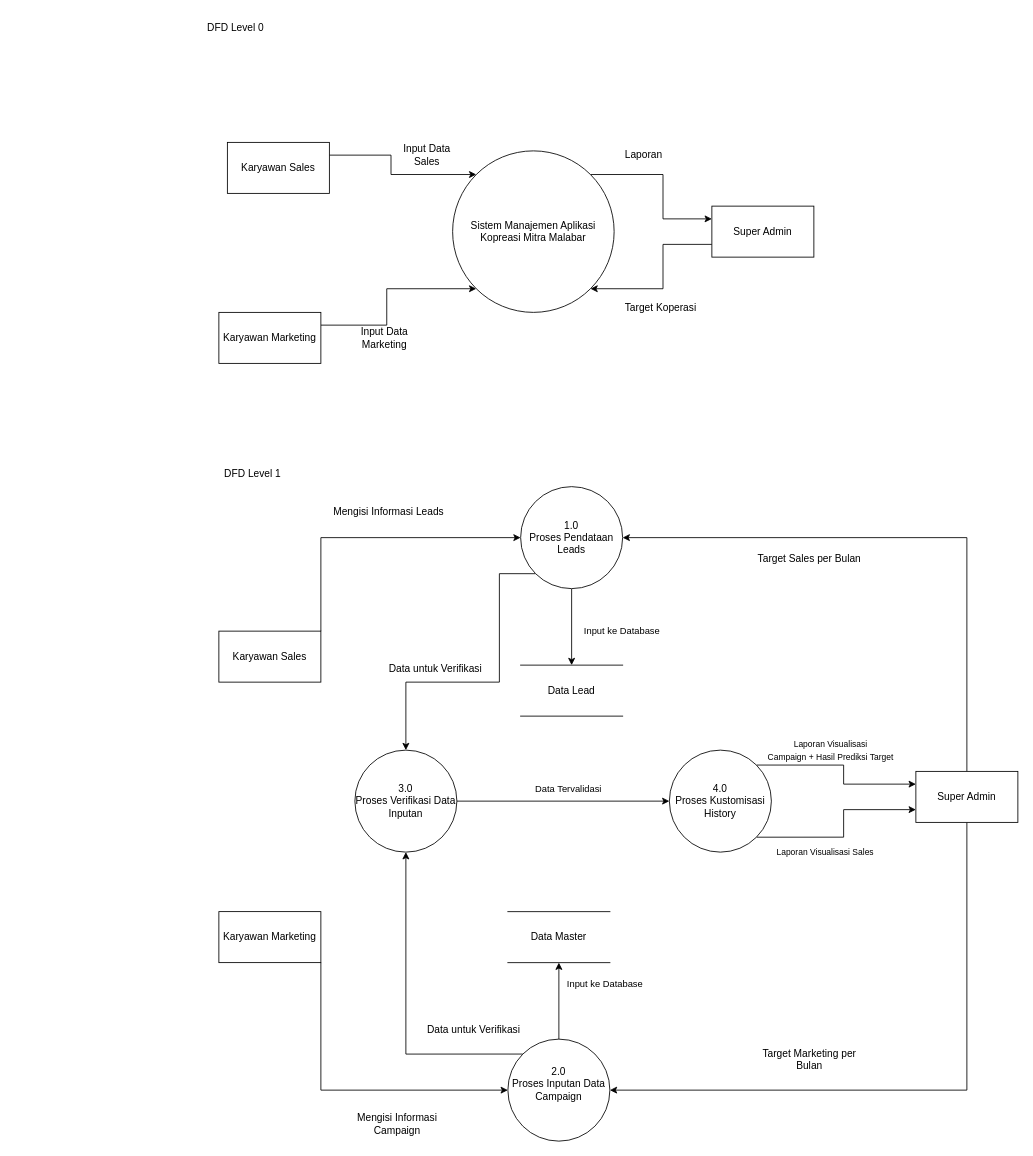
Before: DFD_Koperasi Mitra Malabar.drawio.xml in NararyaPutra/Dokumentasi_Project-Koperasi-Mitra-Malabar, a draw.io diagram. Source tidied: cells renumbered, new cells numbered last; positions are measured from the earlier drawing's top-left corner, leaving out a move shared by most shapes. Both pictures are drawn from the tidied source at 85%, with x=0, y=0 at pixel (193, 14).
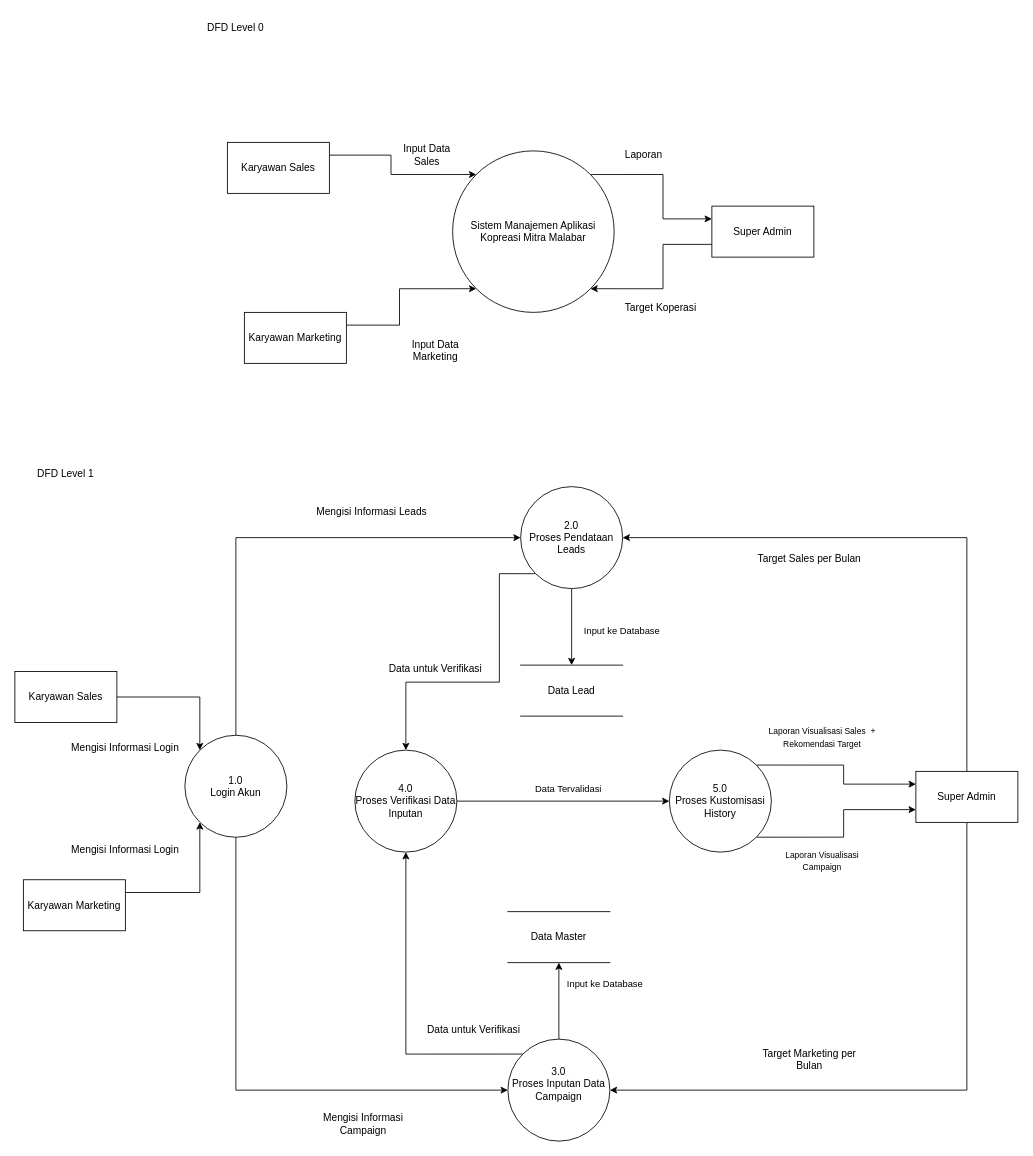
After the change.

Commit message:
penambahan login di dfd 1

Diff of the diagram source:
```diff
@@
     <mxCell id="7" value="Karyawan Marketing" style="rounded=0;whiteSpace=wrap;html=1;" parent="1" vertex="1">
-      <mxGeometry x="30" y="350" width="120" height="60" as="geometry" />
+      <mxGeometry x="60" y="350" width="120" height="60" as="geometry" />
     </mxCell>
@@
-    <mxCell id="9" style="edgeStyle=orthogonalEdgeStyle;rounded=0;jettySize=auto;html=1;exitX=1;exitY=0;exitDx=0;exitDy=0;entryX=0;entryY=0.5;entryDx=0;entryDy=0;" parent="1" edge="1" source="10" target="18">
-      <mxGeometry relative="1" as="geometry" />
-    </mxCell>
+    <mxCell id="47" style="edgeStyle=orthogonalEdgeStyle;rounded=0;jettySize=auto;html=1;exitX=1;exitY=0.5;exitDx=0;exitDy=0;entryX=0;entryY=0;entryDx=0;entryDy=0;" parent="1" edge="1" source="10" target="51">
+      <mxGeometry relative="1" as="geometry" />
+    </mxCell>
     <mxCell id="10" value="Karyawan Sales" style="rounded=0;whiteSpace=wrap;html=1;" parent="1" vertex="1">
-      <mxGeometry x="30" y="725" width="120" height="60" as="geometry" />
+      <mxGeometry x="-210" y="772.5" width="120" height="60" as="geometry" />
     </mxCell>
@@
-    <mxCell id="14" style="edgeStyle=orthogonalEdgeStyle;rounded=0;jettySize=auto;html=1;exitX=1;exitY=1;exitDx=0;exitDy=0;entryX=0;entryY=0.5;entryDx=0;entryDy=0;" parent="1" edge="1" source="15" target="21">
-      <mxGeometry relative="1" as="geometry" />
-    </mxCell>
+    <mxCell id="48" style="edgeStyle=orthogonalEdgeStyle;rounded=0;jettySize=auto;html=1;exitX=1;exitY=0.25;exitDx=0;exitDy=0;entryX=0;entryY=1;entryDx=0;entryDy=0;" parent="1" edge="1" source="15" target="51">
+      <mxGeometry relative="1" as="geometry" />
+    </mxCell>
     <mxCell id="15" value="Karyawan Marketing" style="rounded=0;whiteSpace=wrap;html=1;" parent="1" vertex="1">
-      <mxGeometry x="30" y="1055" width="120" height="60" as="geometry" />
+      <mxGeometry x="-200" y="1017.5" width="120" height="60" as="geometry" />
     </mxCell>
@@
-    <mxCell id="18" value="1.0&lt;div&gt;Proses Pendataan&lt;/div&gt;&lt;div&gt;Leads&lt;/div&gt;" style="ellipse;whiteSpace=wrap;html=1;" parent="1" vertex="1">
+    <mxCell id="18" value="2.0&lt;div&gt;Proses Pendataan&lt;/div&gt;&lt;div&gt;Leads&lt;/div&gt;" style="ellipse;whiteSpace=wrap;html=1;" parent="1" vertex="1">
       <mxGeometry x="385" y="555" width="120" height="120" as="geometry" />
     </mxCell>
@@
-    <mxCell id="21" value="2.0&lt;div&gt;Proses Inputan Data Campaign&lt;/div&gt;&lt;div&gt;&lt;br&gt;&lt;/div&gt;" style="ellipse;whiteSpace=wrap;html=1;" parent="1" vertex="1">
+    <mxCell id="21" value="3.0&lt;div&gt;Proses Inputan Data Campaign&lt;/div&gt;&lt;div&gt;&lt;br&gt;&lt;/div&gt;" style="ellipse;whiteSpace=wrap;html=1;" parent="1" vertex="1">
       <mxGeometry x="370" y="1205" width="120" height="120" as="geometry" />
     </mxCell>
     <mxCell id="22" value="DFD Level 1" style="text;html=1;whiteSpace=wrap;strokeColor=none;fillColor=none;align=center;verticalAlign=middle;rounded=0;" parent="1" vertex="1">
-      <mxGeometry x="20" y="525" width="100" height="30" as="geometry" />
+      <mxGeometry x="-200" y="525" width="100" height="30" as="geometry" />
     </mxCell>
-    <mxCell id="23" value="&lt;font style=&quot;font-size: 10px;&quot;&gt;Laporan Visualisasi&amp;nbsp;&lt;/font&gt;&lt;span style=&quot;font-size: 10px; background-color: transparent; color: light-dark(rgb(0, 0, 0), rgb(255, 255, 255));&quot;&gt;Sales&amp;nbsp;&lt;/span&gt;" style="text;html=1;whiteSpace=wrap;strokeColor=none;fillColor=none;align=center;verticalAlign=middle;rounded=0;" parent="1" vertex="1">
-      <mxGeometry x="680" y="970" width="130" height="30" as="geometry" />
+    <mxCell id="23" value="&lt;font style=&quot;font-size: 10px;&quot;&gt;Laporan Visualisasi&amp;nbsp;&lt;/font&gt;&lt;span style=&quot;font-size: 10px; background-color: transparent; color: light-dark(rgb(0, 0, 0), rgb(255, 255, 255));&quot;&gt;Sales&amp;nbsp; + Rekomendasi Target&lt;/span&gt;" style="text;html=1;whiteSpace=wrap;strokeColor=none;fillColor=none;align=center;verticalAlign=middle;rounded=0;" parent="1" vertex="1">
+      <mxGeometry x="675" y="835" width="130" height="30" as="geometry" />
     </mxCell>
-    <mxCell id="24" value="&lt;font style=&quot;font-size: 10px;&quot;&gt;Laporan Visualisasi&lt;/font&gt;&lt;div&gt;&lt;font style=&quot;font-size: 10px;&quot;&gt;Campaign + Hasil Prediksi Target&lt;/font&gt;&lt;/div&gt;" style="text;html=1;whiteSpace=wrap;strokeColor=none;fillColor=none;align=center;verticalAlign=middle;rounded=0;" parent="1" vertex="1">
-      <mxGeometry x="660" y="850" width="180" height="30" as="geometry" />
+    <mxCell id="24" value="&lt;font style=&quot;font-size: 10px;&quot;&gt;Laporan Visualisasi&lt;/font&gt;&lt;div&gt;&lt;font style=&quot;font-size: 10px;&quot;&gt;Campaign&lt;/font&gt;&lt;/div&gt;" style="text;html=1;whiteSpace=wrap;strokeColor=none;fillColor=none;align=center;verticalAlign=middle;rounded=0;" parent="1" vertex="1">
+      <mxGeometry x="650" y="980" width="180" height="30" as="geometry" />
     </mxCell>
@@
     <mxCell id="27" value="Mengisi Informasi Leads" style="text;html=1;whiteSpace=wrap;strokeColor=none;fillColor=none;align=center;verticalAlign=middle;rounded=0;" parent="1" vertex="1">
-      <mxGeometry x="160" y="570" width="140" height="30" as="geometry" />
+      <mxGeometry x="140" y="570" width="140" height="30" as="geometry" />
     </mxCell>
     <mxCell id="28" value="Mengisi Informasi Campaign" style="text;html=1;whiteSpace=wrap;strokeColor=none;fillColor=none;align=center;verticalAlign=middle;rounded=0;" parent="1" vertex="1">
-      <mxGeometry x="170" y="1290" width="140" height="30" as="geometry" />
+      <mxGeometry x="130" y="1290" width="140" height="30" as="geometry" />
     </mxCell>
@@
     <mxCell id="34" value="Input Data Marketing" style="text;html=1;whiteSpace=wrap;strokeColor=none;fillColor=none;align=center;verticalAlign=middle;rounded=0;" parent="1" vertex="1">
-      <mxGeometry x="180" y="365" width="90" height="30" as="geometry" />
+      <mxGeometry x="240" y="380" width="90" height="30" as="geometry" />
     </mxCell>
@@
-    <mxCell id="38" value="4.0&lt;div&gt;Proses Kustomisasi History&lt;/div&gt;" style="ellipse;whiteSpace=wrap;html=1;" parent="1" vertex="1">
+    <mxCell id="38" value="5.0&lt;div&gt;Proses Kustomisasi History&lt;/div&gt;" style="ellipse;whiteSpace=wrap;html=1;" parent="1" vertex="1">
       <mxGeometry x="560" y="865" width="120" height="120" as="geometry" />
     </mxCell>
@@
-    <mxCell id="40" value="3.0&lt;div&gt;Proses Verifikasi Data Inputan&lt;/div&gt;" style="ellipse;whiteSpace=wrap;html=1;" parent="1" vertex="1">
+    <mxCell id="40" value="4.0&lt;div&gt;Proses Verifikasi Data Inputan&lt;/div&gt;" style="ellipse;whiteSpace=wrap;html=1;" parent="1" vertex="1">
       <mxGeometry x="190" y="865" width="120" height="120" as="geometry" />
     </mxCell>
@@
+    <mxCell id="49" style="edgeStyle=orthogonalEdgeStyle;rounded=0;jettySize=auto;html=1;exitX=0.5;exitY=0;exitDx=0;exitDy=0;entryX=0;entryY=0.5;entryDx=0;entryDy=0;" parent="1" edge="1" source="51" target="18">
+      <mxGeometry relative="1" as="geometry" />
+    </mxCell>
+    <mxCell id="50" style="edgeStyle=orthogonalEdgeStyle;rounded=0;jettySize=auto;html=1;exitX=0.5;exitY=1;exitDx=0;exitDy=0;entryX=0;entryY=0.5;entryDx=0;entryDy=0;" parent="1" edge="1" source="51" target="21">
+      <mxGeometry relative="1" as="geometry" />
+    </mxCell>
+    <mxCell id="51" value="1.0&lt;div&gt;Login Akun&lt;/div&gt;" style="ellipse;whiteSpace=wrap;html=1;" parent="1" vertex="1">
+      <mxGeometry x="-10" y="847.5" width="120" height="120" as="geometry" />
+    </mxCell>
+    <mxCell id="52" value="Mengisi Informasi Login" style="text;html=1;whiteSpace=wrap;strokeColor=none;fillColor=none;align=center;verticalAlign=middle;rounded=0;" parent="1" vertex="1">
+      <mxGeometry x="-150" y="847.5" width="140" height="30" as="geometry" />
+    </mxCell>
+    <mxCell id="53" value="Mengisi Informasi Login" style="text;html=1;whiteSpace=wrap;strokeColor=none;fillColor=none;align=center;verticalAlign=middle;rounded=0;" parent="1" vertex="1">
+      <mxGeometry x="-150" y="967.5" width="140" height="30" as="geometry" />
+    </mxCell>
```
